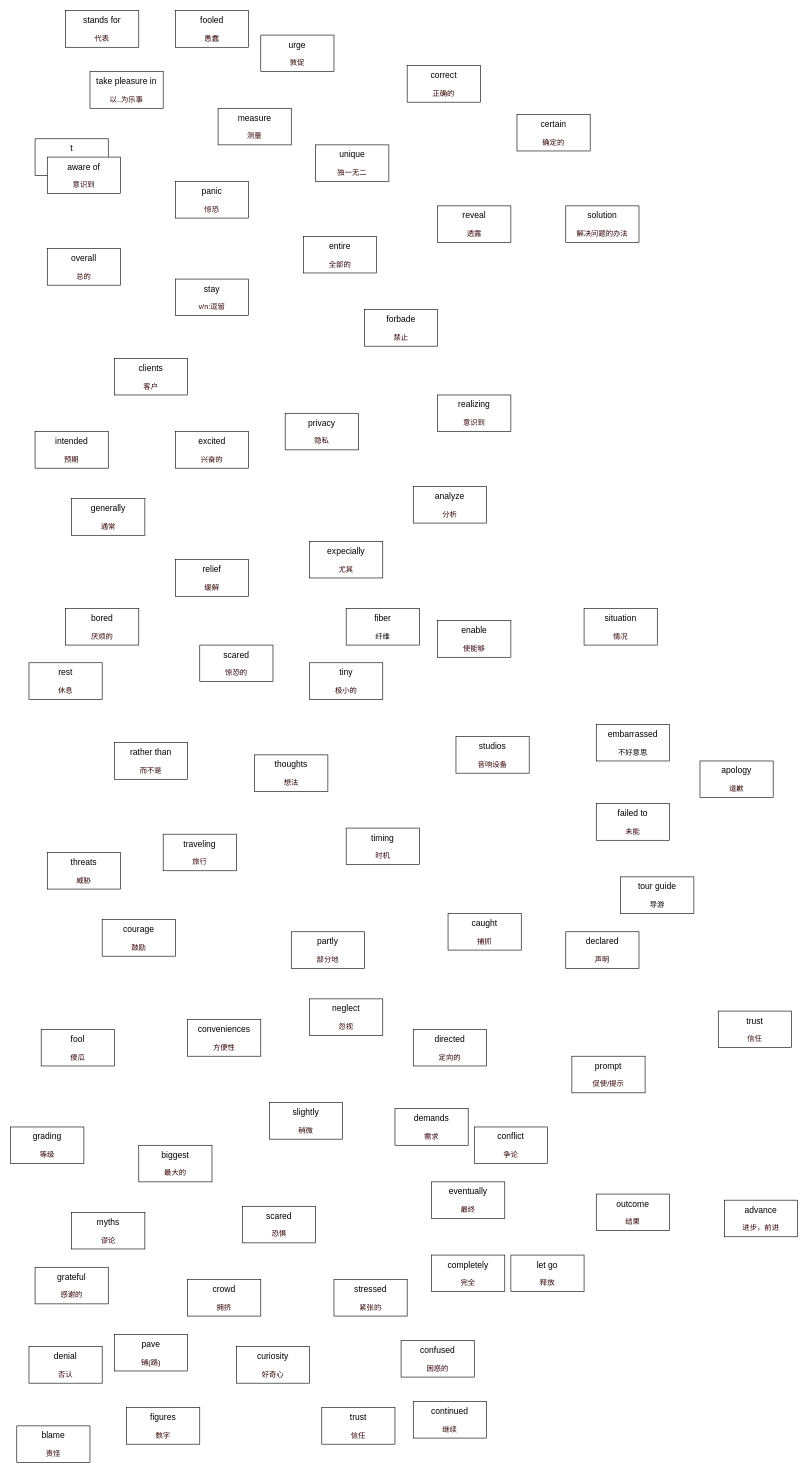
Earlier version of the draw.io diagram ocean.drawio (banBlue/drawio). Source tidied: cells renumbered, new cells numbered last; positions are measured from the earlier drawing's top-left corner, leaving out a move shared by most shapes. Both pictures are drawn from the tidied source at 61%, with x=0, y=0 at pixel (10, 10).
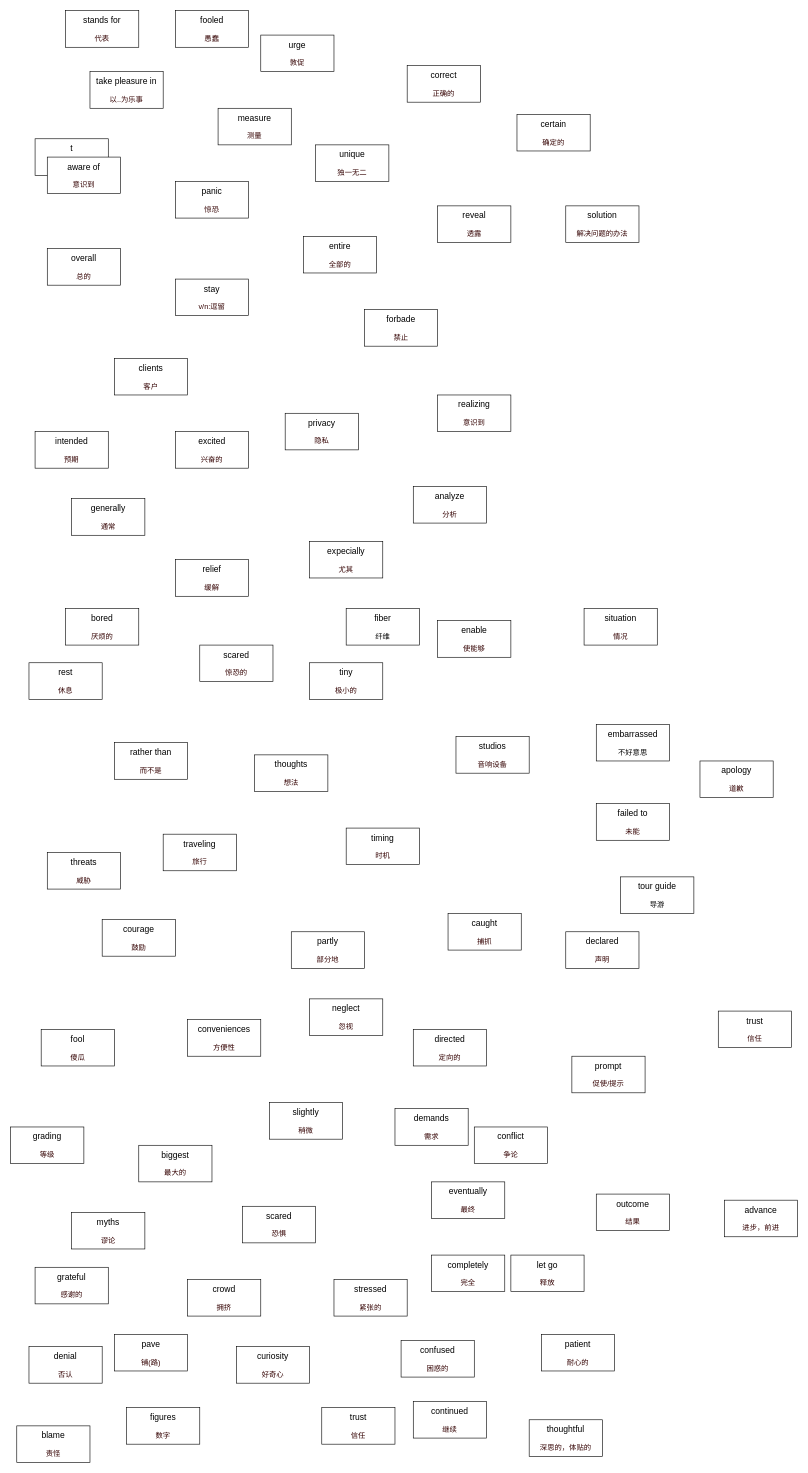
Above is the later version.

Diff of the diagram source:
```diff
@@
+    <mxCell id="78" value="&lt;font style=&quot;font-size: 14px&quot;&gt;patient&lt;br&gt;&lt;/font&gt;&lt;br&gt;&lt;font color=&quot;#330000&quot;&gt;耐心的&lt;/font&gt;" style="rounded=0;whiteSpace=wrap;html=1;" parent="1" vertex="1">
+      <mxGeometry x="870" y="2170" width="120" height="60" as="geometry" />
+    </mxCell>
+    <mxCell id="79" value="&lt;font style=&quot;font-size: 14px&quot;&gt;thoughtful&lt;br&gt;&lt;/font&gt;&lt;br&gt;&lt;font color=&quot;#330000&quot;&gt;深思的，体贴的&lt;/font&gt;" style="rounded=0;whiteSpace=wrap;html=1;" parent="1" vertex="1">
+      <mxGeometry x="850" y="2310" width="120" height="60" as="geometry" />
+    </mxCell>
```
